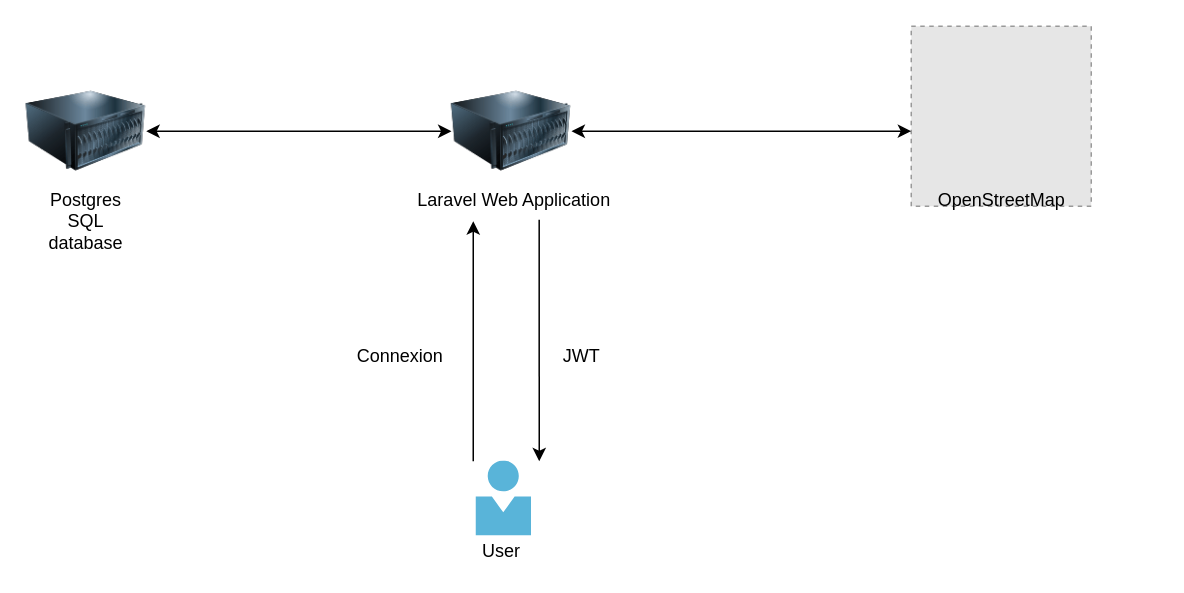
This is architecture.drawio from CoWebTurage/CoWebTurage, a draw.io file, before an edit. Source tidied: cells renumbered, new cells numbered last; positions are measured from the earlier drawing's top-left corner, leaving out a move shared by most shapes. Both pictures are drawn from the tidied source at 150%, with x=0, y=0 at pixel (26, 26). Pictures stored in the file or linked from it are replaced by grey dashed boxes.
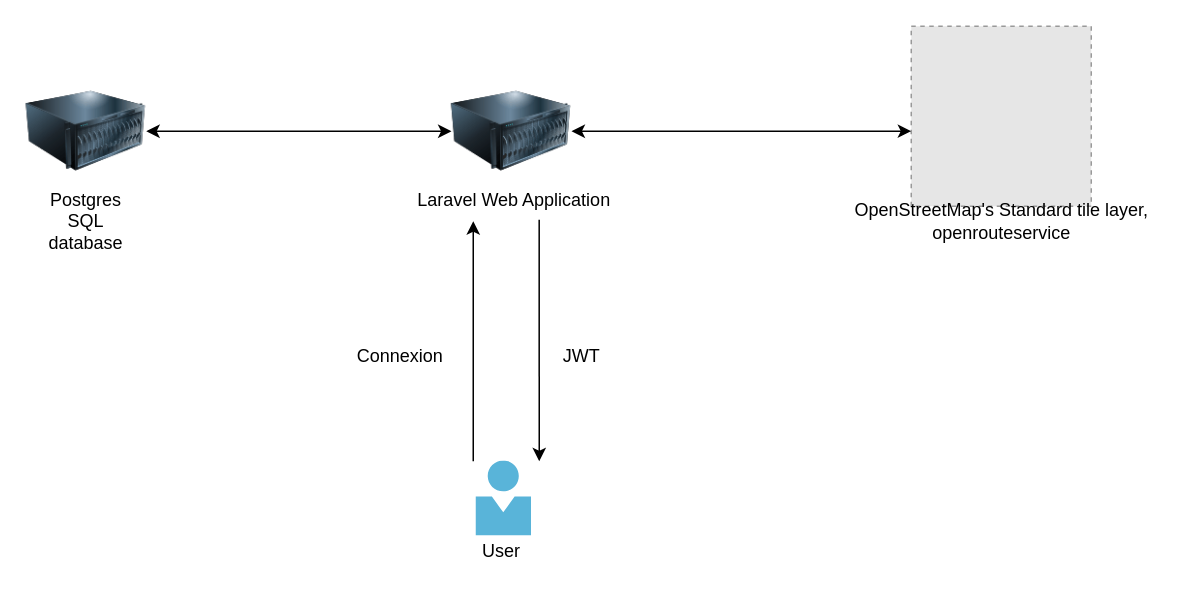
The same page after the edit.

Commit message (it also covers changes not shown here):
Change landing to hello world and edit schema

What changed in the source:
```diff
@@
 <mxGraphModel>
   <root>
     <mxCell id="0" />
     <mxCell id="1" parent="0" />
     <mxCell id="2" style="image;html=1;image=img/lib/clip_art/computers/Server_128x128.png;" parent="1" vertex="1">
       <mxGeometry x="283.5" y="30" width="80" height="80" as="geometry" />
     </mxCell>
     <mxCell id="3" style="image;html=1;image=img/lib/clip_art/computers/Server_128x128.png;" parent="1" vertex="1">
       <mxGeometry y="30" width="80" height="80" as="geometry" />
     </mxCell>
     <mxCell id="4" style="html=1;align=center;image;fontSize=12;image=img/lib/mscae/Person.svg;" parent="1" vertex="1">
       <mxGeometry x="300" y="290" width="37" height="50" as="geometry" />
     </mxCell>
     <mxCell id="5" value="User" style="text;html=1;strokeColor=none;fillColor=none;align=center;verticalAlign=middle;whiteSpace=wrap;rounded=0;" parent="1" vertex="1">
       <mxGeometry x="297" y="340" width="40" height="20" as="geometry" />
     </mxCell>
     <mxCell id="6" value="Laravel Web Application" style="text;html=1;align=center;verticalAlign=middle;points=[];" parent="1" vertex="1">
       <mxGeometry x="255" y="106" width="140" height="20" as="geometry" />
     </mxCell>
     <mxCell id="7" value="Postgres SQL database" style="text;html=1;strokeColor=none;fillColor=none;align=center;verticalAlign=middle;whiteSpace=wrap;rounded=0;" parent="1" vertex="1">
       <mxGeometry x="20" y="120" width="40" height="20" as="geometry" />
     </mxCell>
     <mxCell id="8" style="fillColor=#E6E6E6;strokeColor=#999999;dashed=1;verticalLabelPosition=bottom;verticalAlign=top;" parent="1" vertex="1">
       <mxGeometry x="590" width="120" height="120" as="geometry" />
     </mxCell>
-    <mxCell id="9" value="OpenStreetMap" style="text;html=1;align=center;verticalAlign=middle;" parent="1" vertex="1">
-      <mxGeometry x="600" y="106" width="100" height="20" as="geometry" />
+    <mxCell id="9" value="OpenStreetMap's Standard tile layer, &lt;br&gt;openrouteservice" style="text;html=1;align=center;verticalAlign=middle;" parent="1" vertex="1">
+      <mxGeometry x="545" y="115" width="210" height="30" as="geometry" />
     </mxCell>
     <mxCell id="10" style="endArrow=classic;html=1;" parent="1" edge="1">
       <mxGeometry relative="1" as="geometry">
         <mxPoint x="298" y="290" as="sourcePoint" />
         <mxPoint x="298" y="130" as="targetPoint" />
       </mxGeometry>
     </mxCell>
     <mxCell id="11" value="Connexion" style="text;html=1;align=center;verticalAlign=middle;" parent="1" vertex="1">
       <mxGeometry x="213.5" y="210" width="70" height="20" as="geometry" />
     </mxCell>
     <mxCell id="12" style="endArrow=classic;html=1;exitX=0.621;exitY=1.15;exitDx=0;exitDy=0;exitPerimeter=0;" parent="1" edge="1" source="6">
       <mxGeometry relative="1" as="geometry">
         <mxPoint x="342" y="290" as="targetPoint" />
       </mxGeometry>
     </mxCell>
     <mxCell id="13" value="JWT" style="text;html=1;align=center;verticalAlign=middle;" parent="1" vertex="1">
       <mxGeometry x="350" y="210" width="40" height="20" as="geometry" />
     </mxCell>
     <mxCell id="14" style="endArrow=classic;startArrow=classic;html=1;exitX=1;exitY=0.5;exitDx=0;exitDy=0;entryX=0;entryY=0.583;entryDx=0;entryDy=0;entryPerimeter=0;" parent="1" edge="1" source="2" target="8">
       <mxGeometry relative="1" as="geometry" />
     </mxCell>
     <mxCell id="15" style="endArrow=classic;startArrow=classic;html=1;exitX=1;exitY=0.5;exitDx=0;exitDy=0;entryX=0;entryY=0.5;entryDx=0;entryDy=0;" parent="1" edge="1" source="3" target="2">
       <mxGeometry relative="1" as="geometry" />
     </mxCell>
   </root>
 </mxGraphModel>
```
